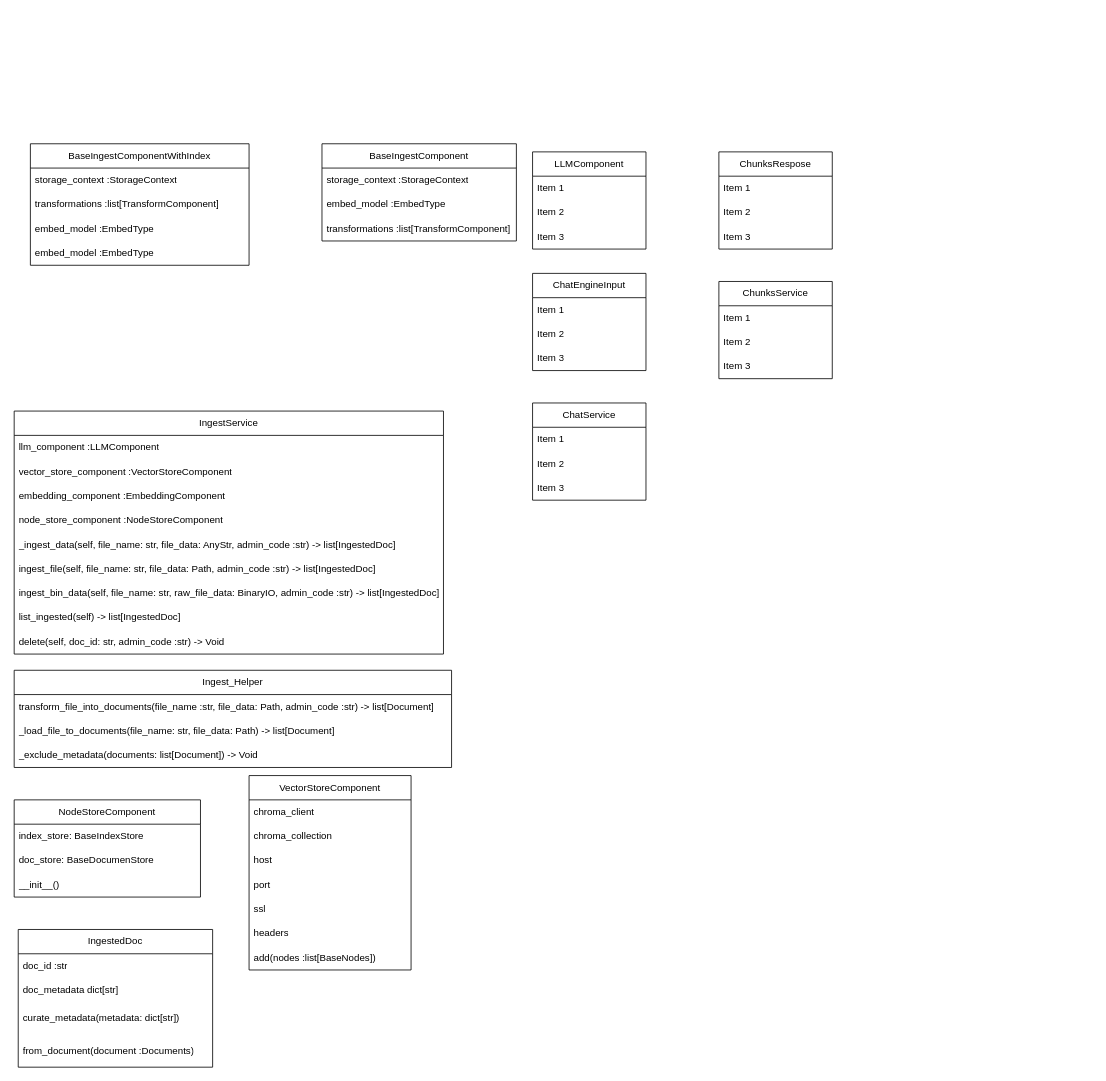
This is proyecto.drawio from Sergi-Batle/api_test, a draw.io file, before an edit. Source tidied: cells renumbered, new cells numbered last; positions are measured from the earlier drawing's top-left corner, leaving out a move shared by most shapes. Both pictures are drawn from the tidied source at 81%, with x=0, y=0 at pixel (14, 143).
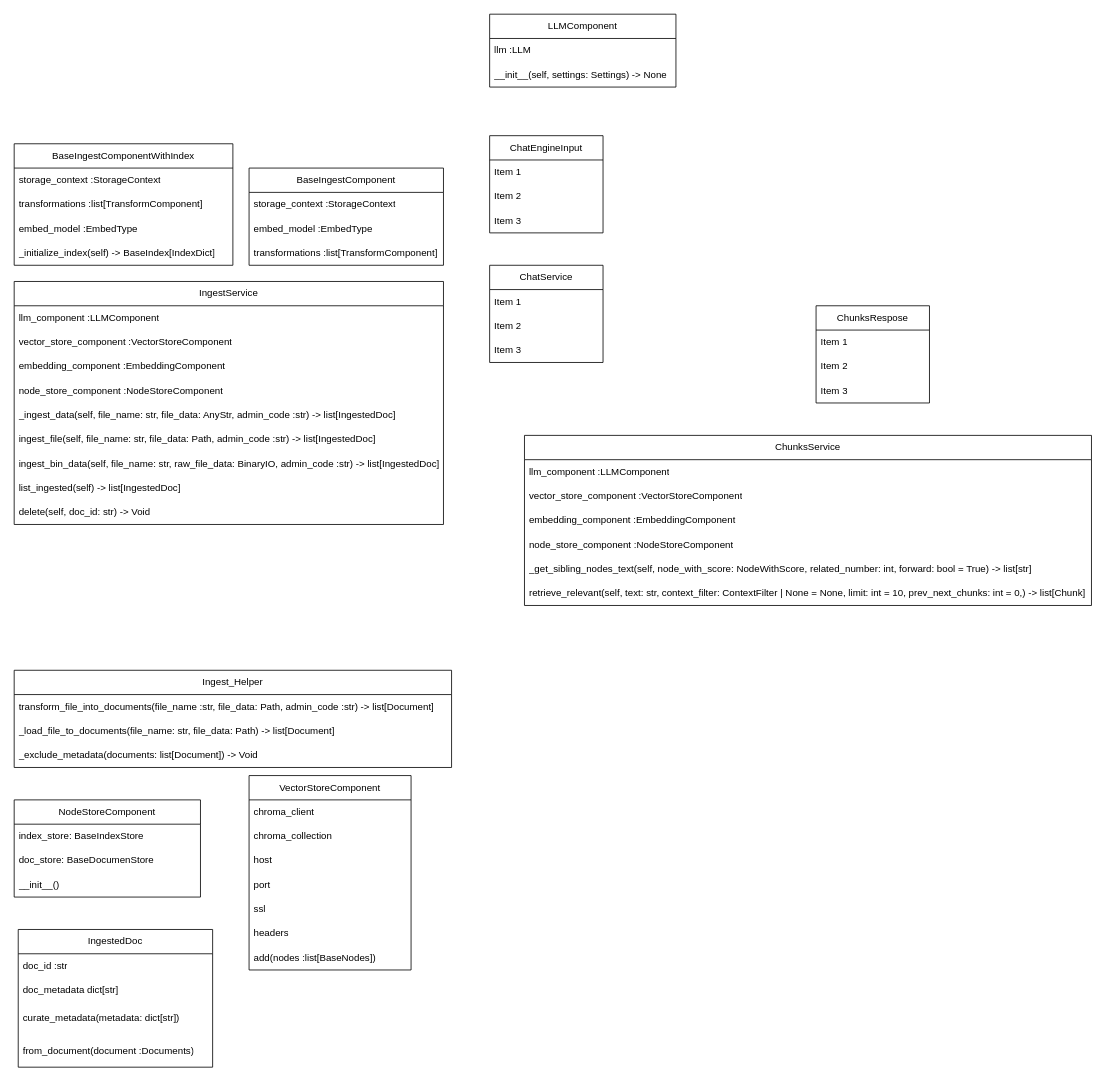
After the change.

Change to the diagram source:
```diff
@@
     <mxCell id="2" value="BaseIngestComponentWithIndex" style="swimlane;fontStyle=0;horizontal=1;startSize=30;whiteSpace=wrap;html=1;" parent="1" vertex="1">
-      <mxGeometry x="20" width="270" height="150" as="geometry" />
+      <mxGeometry width="270" height="150" as="geometry" />
     </mxCell>
@@
-    <mxCell id="6" value="embed_model :EmbedType" style="text;strokeColor=none;fillColor=none;align=left;verticalAlign=middle;spacingLeft=4;spacingRight=4;overflow=hidden;whiteSpace=wrap;html=1;" parent="2" vertex="1">
+    <mxCell id="6" value="_initialize_index(self) -&amp;gt; BaseIndex[IndexDict]" style="text;strokeColor=none;fillColor=none;align=left;verticalAlign=middle;spacingLeft=4;spacingRight=4;overflow=hidden;whiteSpace=wrap;html=1;" parent="2" vertex="1">
       <mxGeometry y="120" width="270" height="30" as="geometry" />
     </mxCell>
     <mxCell id="7" value="BaseIngestComponent" style="swimlane;fontStyle=0;horizontal=1;startSize=30;whiteSpace=wrap;html=1;" parent="1" vertex="1">
-      <mxGeometry x="380" width="240" height="120" as="geometry" />
+      <mxGeometry x="290" y="30" width="240" height="120" as="geometry" />
     </mxCell>
@@
     <mxCell id="28" value="IngestService" style="swimlane;fontStyle=0;horizontal=1;startSize=30;whiteSpace=wrap;html=1;" parent="1" vertex="1">
-      <mxGeometry y="330" width="530" height="300" as="geometry" />
+      <mxGeometry y="170" width="530" height="300" as="geometry" />
     </mxCell>
@@
-    <mxCell id="37" value="delete(self, doc_id: str, admin_code :str) -&amp;gt; Void" style="text;strokeColor=none;fillColor=none;align=left;verticalAlign=middle;spacingLeft=4;spacingRight=4;overflow=hidden;whiteSpace=wrap;html=1;" parent="28" vertex="1">
+    <mxCell id="37" value="delete(self, doc_id: str) -&amp;gt; Void" style="text;strokeColor=none;fillColor=none;align=left;verticalAlign=middle;spacingLeft=4;spacingRight=4;overflow=hidden;whiteSpace=wrap;html=1;" parent="28" vertex="1">
       <mxGeometry y="270" width="530" height="30" as="geometry" />
     </mxCell>
     <mxCell id="38" value="ChunksRespose" style="swimlane;fontStyle=0;horizontal=1;startSize=30;whiteSpace=wrap;html=1;" parent="1" vertex="1">
-      <mxGeometry x="870" y="10" width="140" height="120" as="geometry" />
+      <mxGeometry x="990" y="200" width="140" height="120" as="geometry" />
     </mxCell>
@@
     <mxCell id="42" value="ChunksService" style="swimlane;fontStyle=0;horizontal=1;startSize=30;whiteSpace=wrap;html=1;" parent="1" vertex="1">
-      <mxGeometry x="870" y="170" width="140" height="120" as="geometry" />
+      <mxGeometry x="630" y="360" width="700" height="210" as="geometry" />
     </mxCell>
-    <mxCell id="43" value="Item 1" style="text;strokeColor=none;fillColor=none;align=left;verticalAlign=middle;spacingLeft=4;spacingRight=4;overflow=hidden;whiteSpace=wrap;html=1;" parent="42" vertex="1">
-      <mxGeometry y="30" width="140" height="30" as="geometry" />
+    <mxCell id="43" value="llm_component :LLMComponent" style="text;strokeColor=none;fillColor=none;align=left;verticalAlign=middle;spacingLeft=4;spacingRight=4;overflow=hidden;whiteSpace=wrap;html=1;" parent="42" vertex="1">
+      <mxGeometry y="30" width="700" height="30" as="geometry" />
     </mxCell>
-    <mxCell id="44" value="Item 2" style="text;strokeColor=none;fillColor=none;align=left;verticalAlign=middle;spacingLeft=4;spacingRight=4;overflow=hidden;whiteSpace=wrap;html=1;" parent="42" vertex="1">
-      <mxGeometry y="60" width="140" height="30" as="geometry" />
+    <mxCell id="44" value="vector_store_component :VectorStoreComponent" style="text;strokeColor=none;fillColor=none;align=left;verticalAlign=middle;spacingLeft=4;spacingRight=4;overflow=hidden;whiteSpace=wrap;html=1;" parent="42" vertex="1">
+      <mxGeometry y="60" width="700" height="30" as="geometry" />
     </mxCell>
-    <mxCell id="45" value="Item 3" style="text;strokeColor=none;fillColor=none;align=left;verticalAlign=middle;spacingLeft=4;spacingRight=4;overflow=hidden;whiteSpace=wrap;html=1;" parent="42" vertex="1">
-      <mxGeometry y="90" width="140" height="30" as="geometry" />
+    <mxCell id="45" value="embedding_component :EmbeddingComponent" style="text;strokeColor=none;fillColor=none;align=left;verticalAlign=middle;spacingLeft=4;spacingRight=4;overflow=hidden;whiteSpace=wrap;html=1;" parent="42" vertex="1">
+      <mxGeometry y="90" width="700" height="30" as="geometry" />
     </mxCell>
+    <mxCell id="62" value="node_store_component :NodeStoreComponent" style="text;strokeColor=none;fillColor=none;align=left;verticalAlign=middle;spacingLeft=4;spacingRight=4;overflow=hidden;whiteSpace=wrap;html=1;" parent="42" vertex="1">
+      <mxGeometry y="120" width="700" height="30" as="geometry" />
+    </mxCell>
+    <mxCell id="63" value="&lt;div&gt;_get_sibling_nodes_text(&lt;span style=&quot;background-color: initial;&quot;&gt;self, node_with_score: NodeWithScore, related_number: int, forward: bool = True&lt;/span&gt;&lt;span style=&quot;background-color: initial;&quot;&gt;) -&amp;gt; list[str]&lt;/span&gt;&lt;/div&gt;" style="text;strokeColor=none;fillColor=none;align=left;verticalAlign=middle;spacingLeft=4;spacingRight=4;overflow=hidden;whiteSpace=wrap;html=1;" parent="42" vertex="1">
+      <mxGeometry y="150" width="700" height="30" as="geometry" />
+    </mxCell>
+    <mxCell id="64" value="&lt;div&gt;retrieve_relevant(&lt;span style=&quot;background-color: initial;&quot;&gt;self,&amp;nbsp;&lt;/span&gt;&lt;span style=&quot;background-color: initial;&quot;&gt;text: str,&amp;nbsp;&lt;/span&gt;&lt;span style=&quot;background-color: initial;&quot;&gt;context_filter: ContextFilter | None = None,&amp;nbsp;&lt;/span&gt;&lt;span style=&quot;background-color: initial;&quot;&gt;limit: int = 10,&amp;nbsp;&lt;/span&gt;&lt;span style=&quot;background-color: initial;&quot;&gt;prev_next_chunks: int = 0,&lt;/span&gt;&lt;span style=&quot;background-color: initial;&quot;&gt;) -&amp;gt; list[Chunk]&lt;/span&gt;&lt;/div&gt;" style="text;strokeColor=none;fillColor=none;align=left;verticalAlign=middle;spacingLeft=4;spacingRight=4;overflow=hidden;whiteSpace=wrap;html=1;" parent="42" vertex="1">
+      <mxGeometry y="180" width="700" height="30" as="geometry" />
+    </mxCell>
     <mxCell id="46" value="LLMComponent" style="swimlane;fontStyle=0;horizontal=1;startSize=30;whiteSpace=wrap;html=1;" parent="1" vertex="1">
-      <mxGeometry x="640" y="10" width="140" height="120" as="geometry" />
+      <mxGeometry x="587" y="-160" width="230" height="90" as="geometry" />
     </mxCell>
-    <mxCell id="47" value="Item 1" style="text;strokeColor=none;fillColor=none;align=left;verticalAlign=middle;spacingLeft=4;spacingRight=4;overflow=hidden;whiteSpace=wrap;html=1;" parent="46" vertex="1">
-      <mxGeometry y="30" width="140" height="30" as="geometry" />
+    <mxCell id="47" value="llm :LLM" style="text;strokeColor=none;fillColor=none;align=left;verticalAlign=middle;spacingLeft=4;spacingRight=4;overflow=hidden;whiteSpace=wrap;html=1;" parent="46" vertex="1">
+      <mxGeometry y="30" width="230" height="30" as="geometry" />
     </mxCell>
-    <mxCell id="48" value="Item 2" style="text;strokeColor=none;fillColor=none;align=left;verticalAlign=middle;spacingLeft=4;spacingRight=4;overflow=hidden;whiteSpace=wrap;html=1;" parent="46" vertex="1">
-      <mxGeometry y="60" width="140" height="30" as="geometry" />
+    <mxCell id="48" value="__init__(self, settings: Settings) -&amp;gt; None" style="text;strokeColor=none;fillColor=none;align=left;verticalAlign=middle;spacingLeft=4;spacingRight=4;overflow=hidden;whiteSpace=wrap;html=1;" parent="46" vertex="1">
+      <mxGeometry y="60" width="230" height="30" as="geometry" />
     </mxCell>
-    <mxCell id="49" value="Item 3" style="text;strokeColor=none;fillColor=none;align=left;verticalAlign=middle;spacingLeft=4;spacingRight=4;overflow=hidden;whiteSpace=wrap;html=1;" parent="46" vertex="1">
-      <mxGeometry y="90" width="140" height="30" as="geometry" />
-    </mxCell>
@@
     <mxCell id="54" value="ChatService" style="swimlane;fontStyle=0;horizontal=1;startSize=30;whiteSpace=wrap;html=1;" parent="1" vertex="1">
-      <mxGeometry x="640" y="320" width="140" height="120" as="geometry" />
+      <mxGeometry x="587" y="150" width="140" height="120" as="geometry" />
     </mxCell>
@@
     <mxCell id="58" value="ChatEngineInput" style="swimlane;fontStyle=0;horizontal=1;startSize=30;whiteSpace=wrap;html=1;" parent="1" vertex="1">
-      <mxGeometry x="640" y="160" width="140" height="120" as="geometry" />
+      <mxGeometry x="587" y="-10" width="140" height="120" as="geometry" />
     </mxCell>
```
